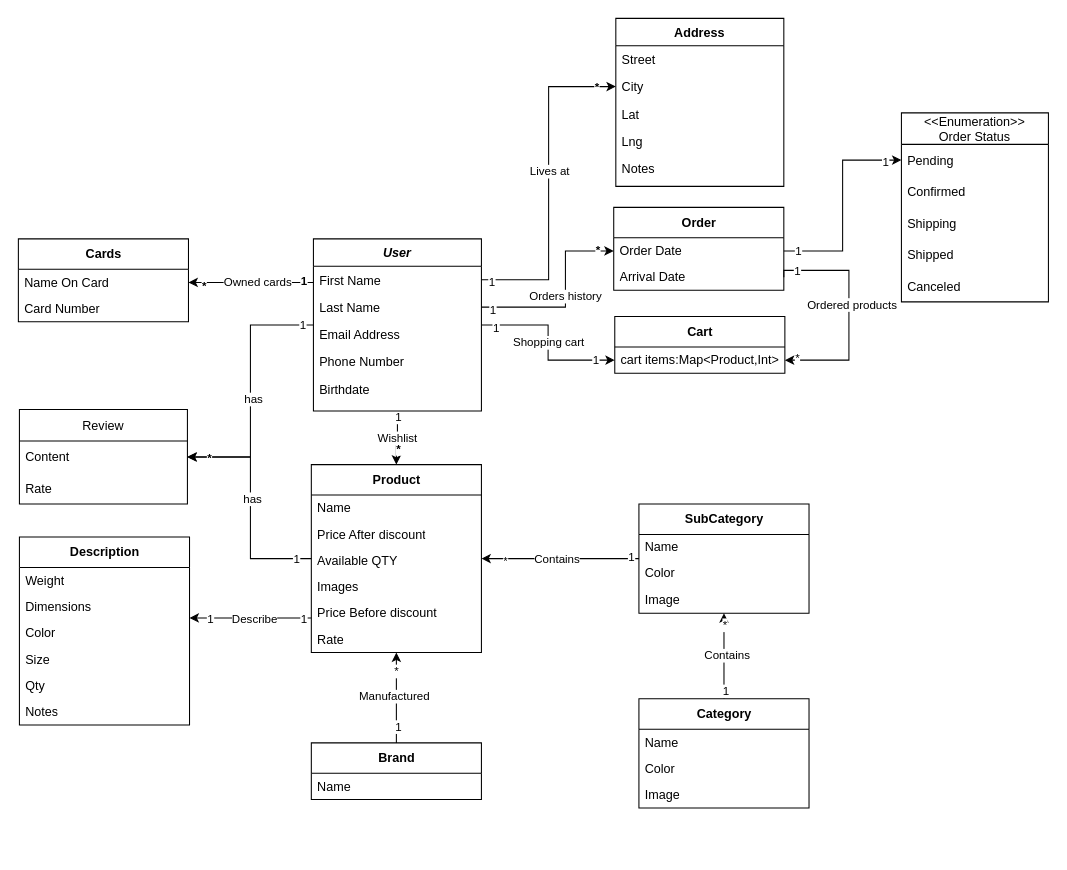
This is Taswaq Class diagram.drawio from eng-mohamedalmahdy/Tswaq-documentations, a draw.io file, before an edit. Source tidied: cells renumbered, new cells numbered last; positions are measured from the earlier drawing's top-left corner, leaving out a move shared by most shapes. Both pictures are drawn from the tidied source at 105%, with x=0, y=0 at pixel (18, 18).
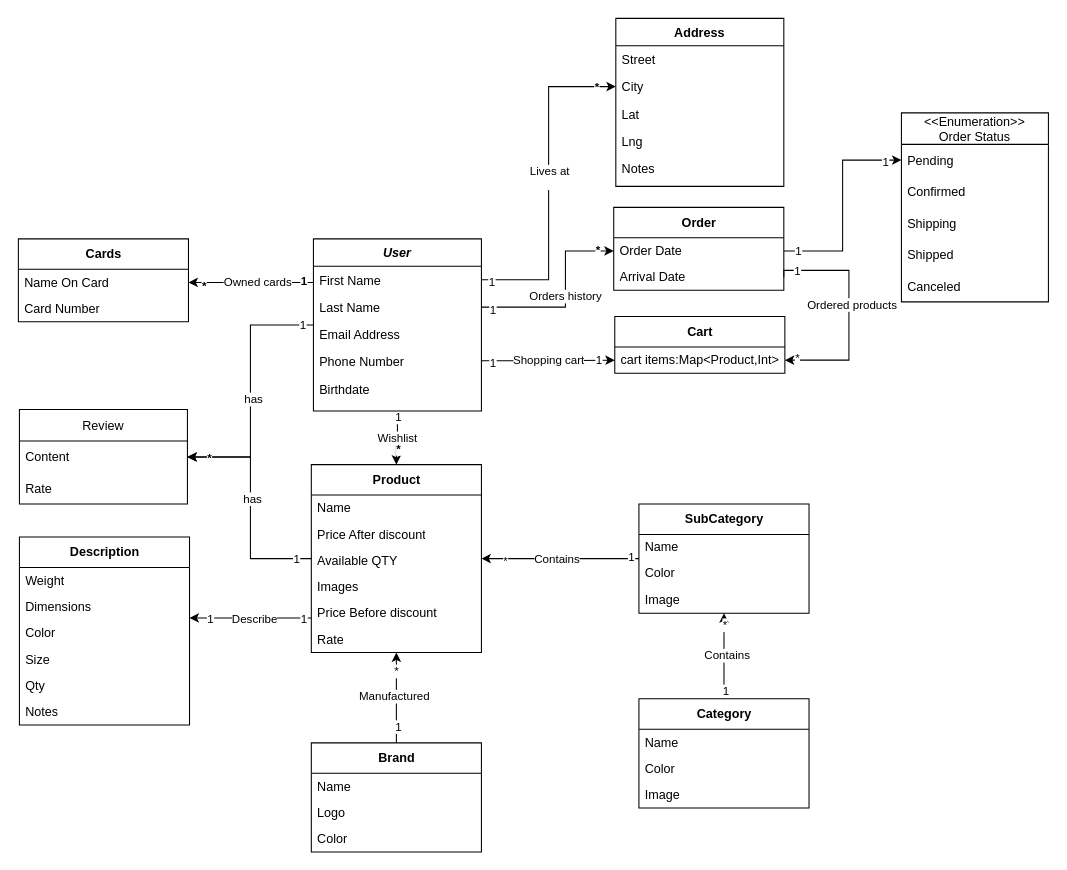
The same diagram, later.

Commit message (it also covers changes not shown here):
Add markers to description file Add logo and color to brand at class diagram

Unchanged cells that the change refers to:
```xml
<mxCell id="15" value="User" style="swimlane;fontStyle=3;align=center;verticalAlign=top;horizontal=1;startSize=26;rounded=0;shadow=0;strokeWidth=1;" parent="1" vertex="1">
  <mxGeometry x="281" y="210" width="160" height="164" as="geometry" />
</mxCell>
<mxCell id="16" value="First Name" style="text;align=left;verticalAlign=top;spacingLeft=4;spacingRight=4;overflow=hidden;points=[[0,0.5],[1,0.5]];portConstraint=eastwest;" parent="15" vertex="1">
  <mxGeometry y="26" width="160" height="26" as="geometry" />
</mxCell>
<mxCell id="23" value="City" style="text;align=left;verticalAlign=top;spacingLeft=4;spacingRight=4;overflow=hidden;points=[[0,0.5],[1,0.5]];portConstraint=eastwest;rounded=0;shadow=0;html=0;" parent="21" vertex="1">
  <mxGeometry y="52" width="160" height="26" as="geometry" />
</mxCell>
<mxCell id="52" value="cart items:Map&amp;lt;Product,Int&amp;gt;" style="text;html=1;strokeColor=none;fillColor=none;align=left;verticalAlign=middle;spacingLeft=4;spacingRight=4;overflow=hidden;points=[[0,0.5],[1,0.5]];portConstraint=eastwest;" parent="51" vertex="1">
  <mxGeometry y="29" width="162" height="25" as="geometry" />
</mxCell>
```

Diff of the diagram source:
```diff
@@
-    <mxCell id="2" style="edgeStyle=orthogonalEdgeStyle;rounded=0;jettySize=auto;html=1;entryX=0;entryY=0.5;entryDx=0;entryDy=0;exitX=1;exitY=0.5;exitDx=0;exitDy=0;" parent="1" edge="1" source="16" target="23">
+    <mxCell id="2" value="&amp;nbsp; &amp;nbsp;" style="edgeStyle=orthogonalEdgeStyle;rounded=0;jettySize=auto;html=1;entryX=0;entryY=0.5;entryDx=0;entryDy=0;exitX=1;exitY=0.5;exitDx=0;exitDy=0;" parent="1" edge="1" source="16" target="23">
       <mxGeometry relative="1" as="geometry" />
     </mxCell>
@@
     <mxCell id="6" value="Shopping cart" style="edgeStyle=orthogonalEdgeStyle;rounded=0;jettySize=auto;html=1;entryX=0;entryY=0.5;entryDx=0;entryDy=0;" parent="1" edge="1" source="15" target="52">
-      <mxGeometry relative="1" as="geometry" />
+      <mxGeometry relative="1" as="geometry">
+        <Array as="points">
+          <mxPoint x="505" y="326" />
+          <mxPoint x="505" y="326" />
+        </Array>
+      </mxGeometry>
     </mxCell>
@@
     <mxCell id="82" value="Brand" style="swimlane;fontStyle=1;align=center;verticalAlign=middle;horizontal=1;startSize=29;html=1;" parent="1" vertex="1">
-      <mxGeometry x="279" y="690" width="162" height="54" as="geometry" />
+      <mxGeometry x="279" y="690" width="162" height="104" as="geometry" />
     </mxCell>
@@
+    <mxCell id="102" value="Logo" style="text;html=1;strokeColor=none;fillColor=none;align=left;verticalAlign=middle;spacingLeft=4;spacingRight=4;overflow=hidden;" parent="82" vertex="1">
+      <mxGeometry y="54" width="162" height="25" as="geometry" />
+    </mxCell>
+    <mxCell id="103" value="Color" style="text;html=1;strokeColor=none;fillColor=none;align=left;verticalAlign=middle;spacingLeft=4;spacingRight=4;overflow=hidden;" parent="82" vertex="1">
+      <mxGeometry y="79" width="162" height="25" as="geometry" />
+    </mxCell>
```
